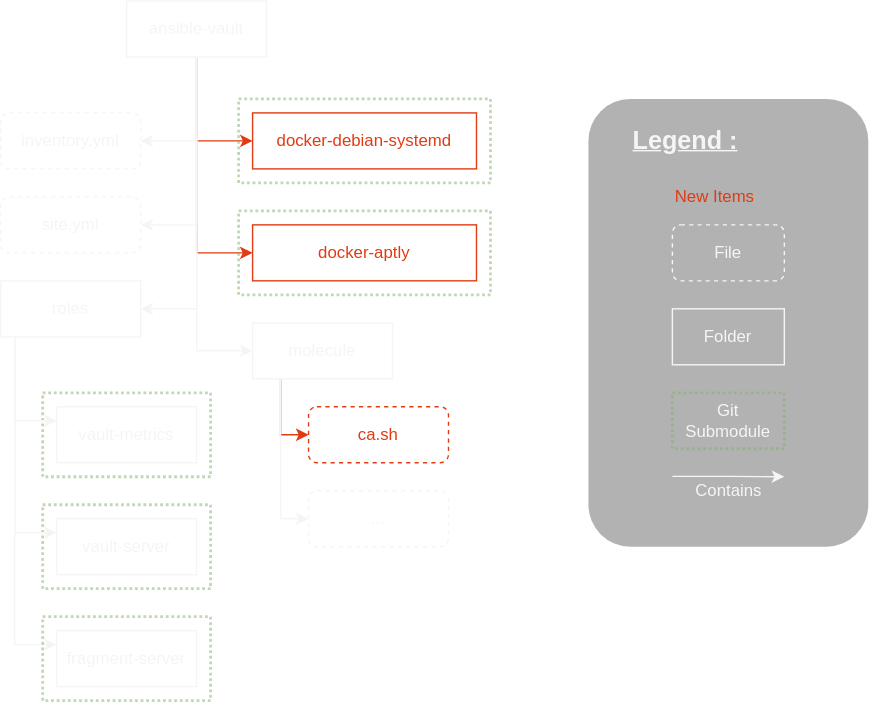
The draw.io diagram img/diag_code_arch_product.svg in 0b11stan/0b11stan.github.io, before a commit. Source tidied: cells renumbered, new cells last; positions are measured from the earlier drawing's top-left corner, leaving out a move shared by most shapes.
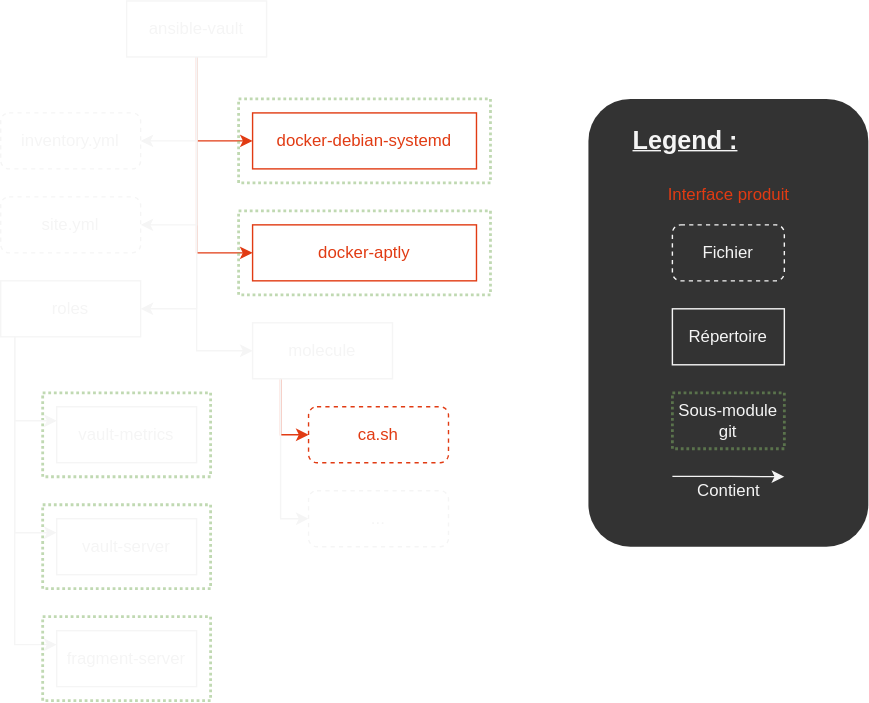
Later version of the same file.

Diff of the diagram source:
```diff
@@ -2,7 +2,7 @@
   <root>
     <mxCell id="0" />
     <mxCell id="1" parent="0" />
-    <mxCell id="2" style="rounded=1;whiteSpace=wrap;html=1;labelBackgroundColor=none;strokeColor=none;fillColor=#666666;fontSize=12;fontColor=#333333;opacity=50;align=left;" parent="1" vertex="1">
+    <mxCell id="2" style="rounded=1;whiteSpace=wrap;html=1;labelBackgroundColor=none;strokeColor=none;fillColor=#333;fontSize=12;fontColor=#333333;align=left;" parent="1" vertex="1">
       <mxGeometry x="420" y="70" width="200" height="320" as="geometry" />
     </mxCell>
     <mxCell id="3" style="edgeStyle=orthogonalEdgeStyle;rounded=0;jettySize=auto;html=1;entryX=0.056;entryY=0.5;entryDx=0;entryDy=0;entryPerimeter=0;fontColor=#F5F5F5;strokeColor=#E13B13;" parent="1" edge="1" source="13" target="6">
@@ -124,13 +124,13 @@
     <mxCell id="31" value="&lt;h2&gt;&lt;font&gt;Legend&amp;nbsp;:&lt;/font&gt;&lt;/h2&gt;" style="text;html=1;strokeColor=none;fillColor=none;align=left;verticalAlign=middle;whiteSpace=wrap;rounded=0;dashed=1;labelBackgroundColor=none;fontColor=#F5F5F5;opacity=50;fontStyle=4;" parent="1" vertex="1">
       <mxGeometry x="450" y="90" width="90" height="20" as="geometry" />
     </mxCell>
-    <mxCell id="32" value="File" style="rounded=1;whiteSpace=wrap;html=1;fillColor=none;strokeColor=#F5F5F5;fontColor=#F5F5F5;dashed=1;" parent="1" vertex="1">
+    <mxCell id="32" value="Fichier" style="rounded=1;whiteSpace=wrap;html=1;fillColor=none;strokeColor=#F5F5F5;fontColor=#F5F5F5;dashed=1;" parent="1" vertex="1">
       <mxGeometry x="480" y="160" width="80" height="40" as="geometry" />
     </mxCell>
-    <mxCell id="33" value="&lt;font&gt;Folder&lt;/font&gt;" style="rounded=0;whiteSpace=wrap;html=1;fillColor=none;strokeColor=#F5F5F5;fontColor=#F5F5F5;fontStyle=0;" parent="1" vertex="1">
+    <mxCell id="33" value="&lt;font&gt;Répertoire&lt;/font&gt;" style="rounded=0;whiteSpace=wrap;html=1;fillColor=none;strokeColor=#F5F5F5;fontColor=#F5F5F5;fontStyle=0;" parent="1" vertex="1">
       <mxGeometry x="480" y="220" width="80" height="40" as="geometry" />
     </mxCell>
-    <mxCell id="34" value="Git Submodule" style="rounded=0;whiteSpace=wrap;html=1;strokeColor=#82b366;fillColor=none;fontSize=12;dashed=1;dashPattern=1 1;strokeWidth=2;opacity=50;fontColor=#F5F5F5;" parent="1" vertex="1">
+    <mxCell id="34" value="Sous-module&lt;br&gt;git" style="rounded=0;whiteSpace=wrap;html=1;strokeColor=#82b366;fillColor=none;fontSize=12;dashed=1;dashPattern=1 1;strokeWidth=2;opacity=50;fontColor=#F5F5F5;" parent="1" vertex="1">
       <mxGeometry x="480" y="280" width="80" height="40" as="geometry" />
     </mxCell>
     <mxCell id="35" style="edgeStyle=orthogonalEdgeStyle;rounded=0;orthogonalLoop=1;jettySize=auto;html=1;strokeColor=#F5F5F5;fontColor=#E13B13;" parent="1" edge="1">
@@ -143,13 +143,13 @@
         </Array>
       </mxGeometry>
     </mxCell>
-    <mxCell id="36" value="Contains" style="edgeLabel;html=1;align=center;verticalAlign=middle;fontSize=12;fontColor=#F5F5F5;labelBackgroundColor=none;" parent="35" vertex="1">
+    <mxCell id="36" value="Contient" style="edgeLabel;html=1;align=center;verticalAlign=middle;fontSize=12;fontColor=#F5F5F5;labelBackgroundColor=none;" parent="35" vertex="1">
       <mxGeometry x="0.26" y="-1" relative="1" as="geometry">
         <mxPoint x="-10.4" y="9.2" as="offset" />
       </mxGeometry>
     </mxCell>
-    <mxCell id="37" value="&lt;font color=&quot;#e13b13&quot;&gt;New Items&lt;/font&gt;" style="edgeLabel;html=1;align=center;verticalAlign=middle;fontSize=12;fontColor=#F5F5F5;labelBackgroundColor=none;" parent="1" vertex="1">
-      <mxGeometry x="520" y="130" as="geometry">
+    <mxCell id="37" value="&lt;font color=&quot;#e13b13&quot;&gt;Interface produit&lt;/font&gt;" style="edgeLabel;html=1;align=center;verticalAlign=middle;fontSize=12;fontColor=#F5F5F5;labelBackgroundColor=none;" parent="1" vertex="1">
+      <mxGeometry x="530" y="130" as="geometry">
         <mxPoint x="-10.4" y="9.2" as="offset" />
       </mxGeometry>
     </mxCell>
```
